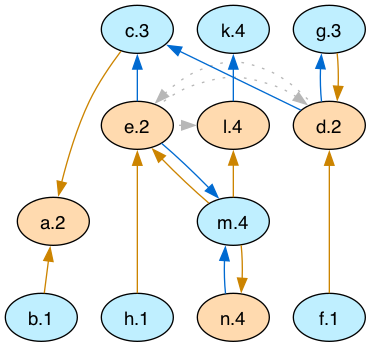
Above: lib/graphs/arg_pw1_graph_colored.png in idaks/Games-and-Argumentation (Graphviz), before the change. Its source is kept beside it as lib/graphs/arg_pw1_graph_colored.dot.
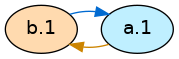
Above is the later version.

Change to the diagram source:
```diff
@@ -2,40 +2,13 @@
   rankdir="TB"
   node [shape=oval style=filled fontname=Helvetica fontsize=14]
   node [fillcolor="#ffdaaf" fontcolor="#000000"]
-       a[label="a.2"]
-       l[label="l.4"]
-       d[label="d.2"]
-       e[label="e.2"]
-       n[label="n.4"]
+       b[label="b.1"]
   node [fillcolor="#bfefff" fontcolor="#000000"]
-       c[label="c.3"]
-       b[label="b.1"]
-       k[label="k.4"]
-       m[label="m.4"]
-       f[label="f.1"]
-       g[label="g.3"]
-       h[label="h.1"]
+       a[label="a.1"]
   edge [dir=back color="#cc8400" style="solid"]
-        "a" -> "c"
+        "b" -> "a"
+  edge [dir=back color="#006ad1" style="solid"]
         "a" -> "b"
-        "l" -> "m"
-        "e" -> "m"
-        "d" -> "f"
-        "d" -> "g"
-        "e" -> "h"
-        "n" -> "m"
-  edge [dir=back color="#006ad1" style="solid"]
-        "k" -> "l"
-        "c" -> "d"
-        "c" -> "e"
-        "m" -> "e"
-        "g" -> "d"
-        "m" -> "n"
-  edge [dir=back color="#b7b7b7" style="dotted" constraint=false]
-        "l" -> "e"
-        "d" -> "e"
-        "e" -> "d"
 
-  {rank = max b f h}
-  {rank = min c g}
+  {rank = max b a}
 }
```
